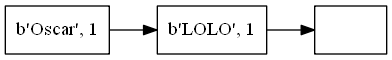
The Graphviz diagram ScoreboardReport.png in olgt/EDD_1S2019_P1_201612341, before a commit. Its source is kept beside it as ScoreboardReport.dot.
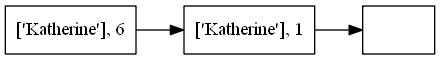
After the commit.

Diff of the diagram source:
```diff
@@ -1,9 +1,9 @@
 digraph firstGraph{
 node [shape = record];
 rankdir=LR;
-node0 [label=" b'Oscar', 1 "];
+node0 [label=" ['Katherine'], 6 "];
 node0 -> node1;
-node1 [label=" b'LOLO', 1 "];
+node1 [label=" ['Katherine'], 1 "];
 node1 -> node2;
 node2 [label="   "];
 }
```
